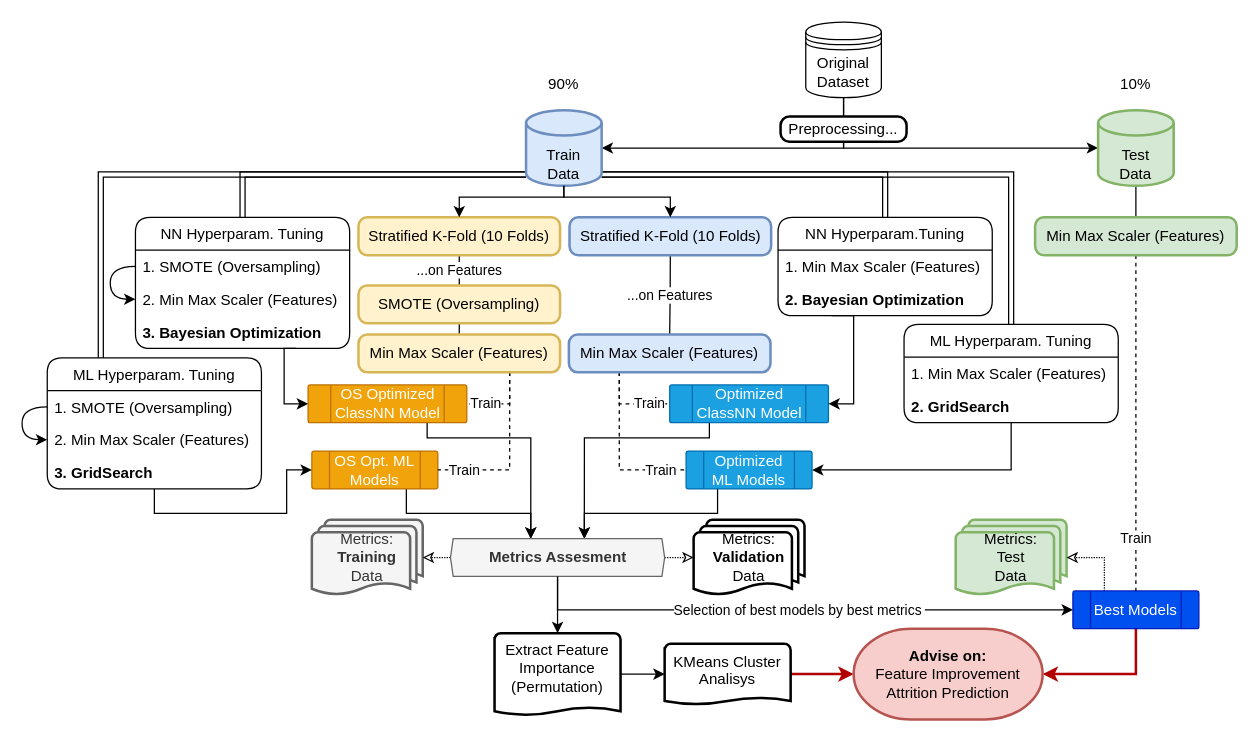
This is Resources/modeling.drawio from HenrikPereira/EDSBproject, a draw.io file, before an edit. Source tidied: cells renumbered, new cells numbered last; positions are measured from the earlier drawing's top-left corner, leaving out a move shared by most shapes. Both pictures are drawn from the tidied source at 126%, with x=0, y=0 at pixel (21, 21).
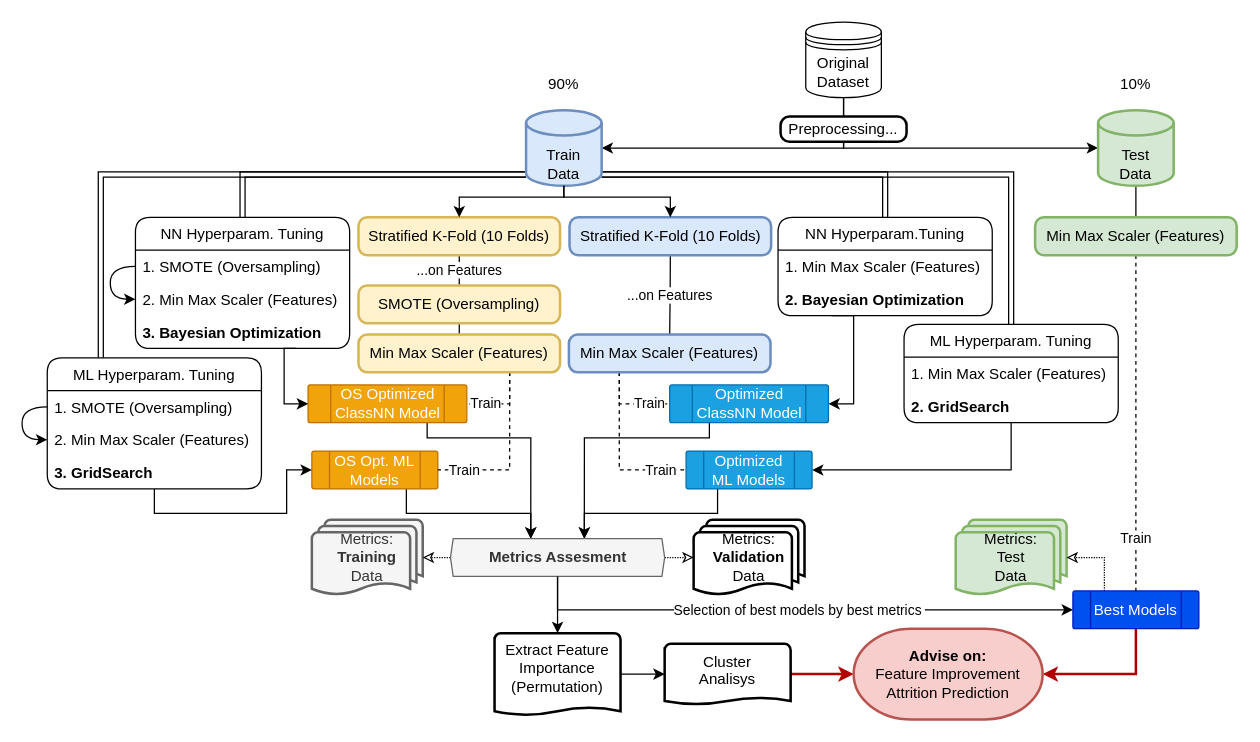
After the change.

The edit, as a diff of the source:
```diff
@@
-    <mxCell id="77" value="KMeans Cluster &lt;br&gt;Analisys" style="strokeWidth=2;html=1;shape=mxgraph.flowchart.document2;whiteSpace=wrap;size=0.11;verticalAlign=top;" parent="1" vertex="1">
+    <mxCell id="77" value="Cluster &lt;br&gt;Analisys" style="strokeWidth=2;html=1;shape=mxgraph.flowchart.document2;whiteSpace=wrap;size=0.11;verticalAlign=top;" parent="1" vertex="1">
       <mxGeometry x="510" y="493.5" width="100" height="48" as="geometry" />
     </mxCell>
```
